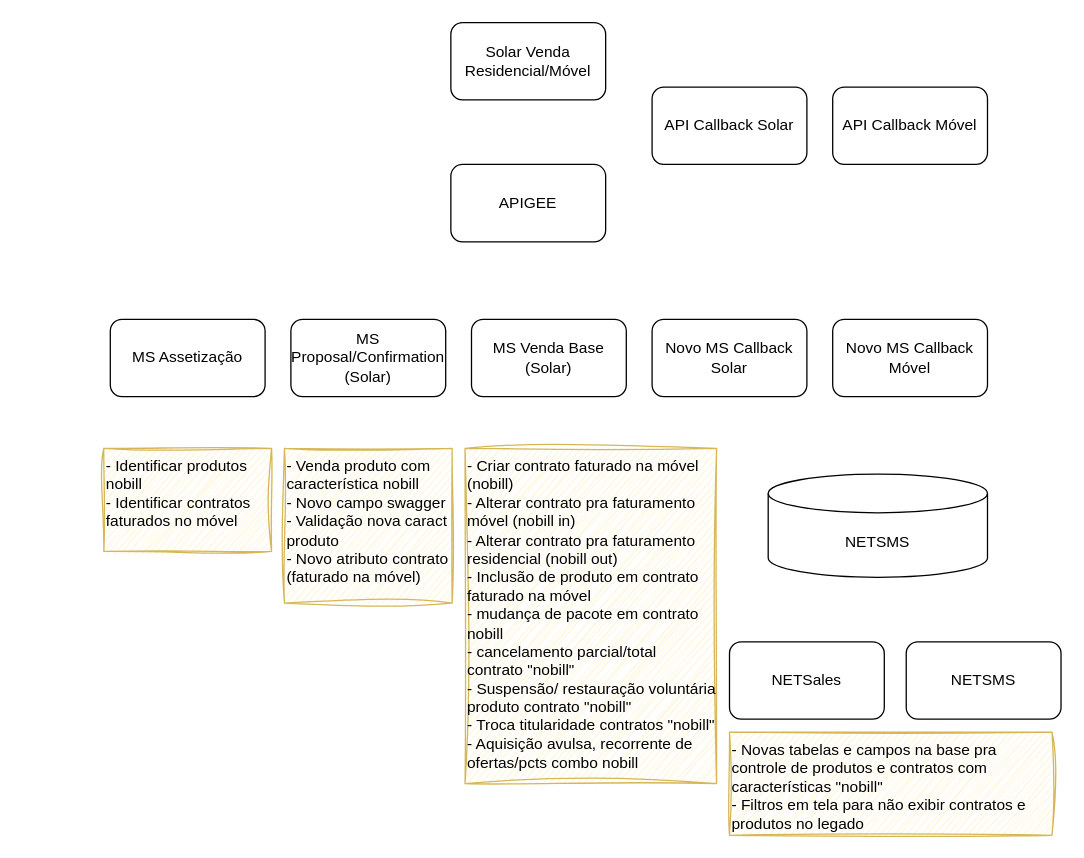
This is Billing Convergente Residencial.drawio from samirali/ClaroBrasil, a draw.io file, before an edit. Source tidied: cells renumbered, new cells numbered last; positions are measured from the earlier drawing's top-left corner, leaving out a move shared by most shapes. Both pictures are drawn from the tidied source at 129%, with x=0, y=0 at pixel (103, 22).
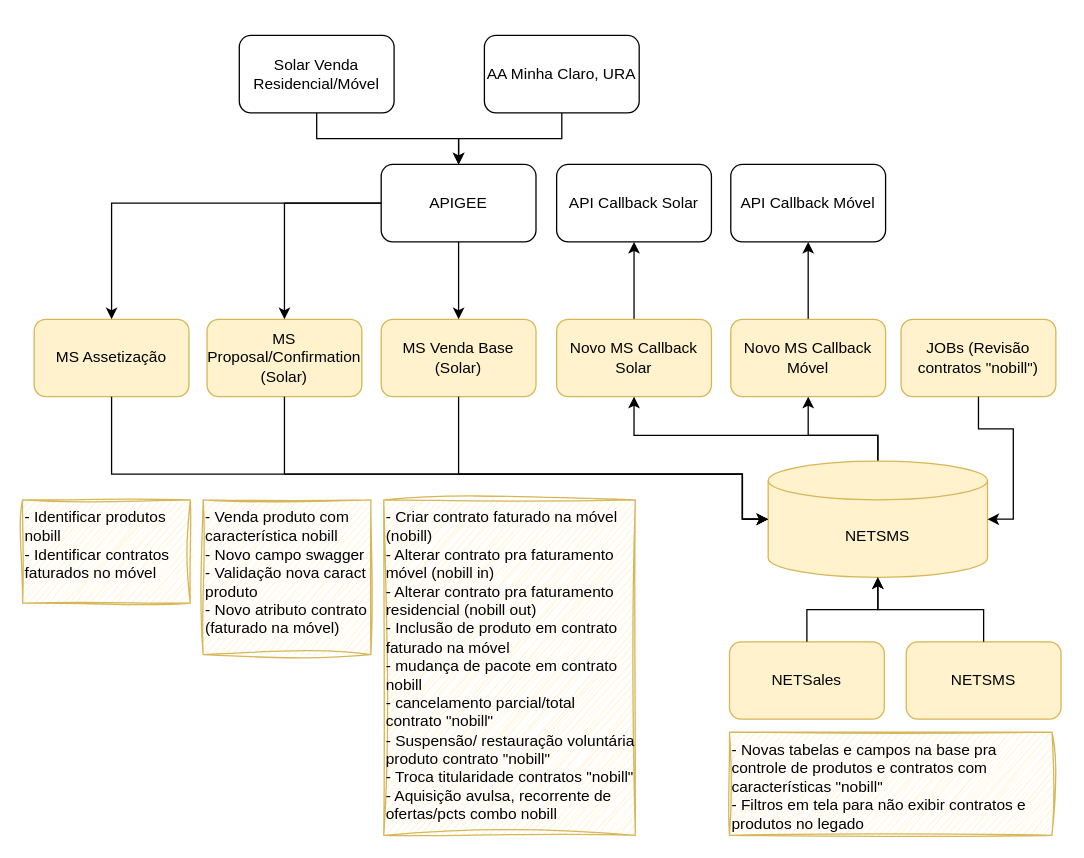
The same diagram, later.

The edit, as a diff of the source:
```diff
@@
-    <mxCell id="2" value="MS Assetização" style="rounded=1;whiteSpace=wrap;html=1;" parent="1" vertex="1">
-      <mxGeometry x="5" y="230" width="120" height="60" as="geometry" />
+    <mxCell id="2" value="MS Assetização" style="rounded=1;whiteSpace=wrap;html=1;fillColor=#fff2cc;strokeColor=#d6b656;" parent="1" vertex="1">
+      <mxGeometry x="-54" y="230" width="120" height="60" as="geometry" />
     </mxCell>
-    <mxCell id="3" value="MS Proposal/Confirmation (Solar)" style="rounded=1;whiteSpace=wrap;html=1;" parent="1" vertex="1">
-      <mxGeometry x="145" y="230" width="120" height="60" as="geometry" />
+    <mxCell id="3" value="MS Proposal/Confirmation (Solar)" style="rounded=1;whiteSpace=wrap;html=1;fillColor=#fff2cc;strokeColor=#d6b656;" parent="1" vertex="1">
+      <mxGeometry x="80" y="230" width="120" height="60" as="geometry" />
     </mxCell>
-    <mxCell id="4" value="MS Venda Base (Solar)" style="rounded=1;whiteSpace=wrap;html=1;" parent="1" vertex="1">
-      <mxGeometry x="285" y="230" width="120" height="60" as="geometry" />
+    <mxCell id="4" value="MS Venda Base (Solar)" style="rounded=1;whiteSpace=wrap;html=1;fillColor=#fff2cc;strokeColor=#d6b656;" parent="1" vertex="1">
+      <mxGeometry x="215" y="230" width="120" height="60" as="geometry" />
     </mxCell>
+    <mxCell id="18" style="edgeStyle=orthogonalEdgeStyle;rounded=0;jettySize=auto;html=1;entryX=0.5;entryY=1;entryDx=0;entryDy=0;" parent="1" edge="1" source="5" target="9">
+      <mxGeometry relative="1" as="geometry" />
+    </mxCell>
-    <mxCell id="5" value="Novo MS Callback Solar" style="rounded=1;whiteSpace=wrap;html=1;" parent="1" vertex="1">
-      <mxGeometry x="425" y="230" width="120" height="60" as="geometry" />
+    <mxCell id="5" value="Novo MS Callback Solar" style="rounded=1;whiteSpace=wrap;html=1;fillColor=#fff2cc;strokeColor=#d6b656;" parent="1" vertex="1">
+      <mxGeometry x="351" y="230" width="120" height="60" as="geometry" />
     </mxCell>
+    <mxCell id="19" style="edgeStyle=orthogonalEdgeStyle;rounded=0;jettySize=auto;html=1;entryX=0.5;entryY=1;entryDx=0;entryDy=0;" parent="1" edge="1" source="6" target="10">
+      <mxGeometry relative="1" as="geometry" />
+    </mxCell>
-    <mxCell id="6" value="Novo MS Callback Móvel" style="rounded=1;whiteSpace=wrap;html=1;" parent="1" vertex="1">
-      <mxGeometry x="565" y="230" width="120" height="60" as="geometry" />
+    <mxCell id="6" value="Novo MS Callback Móvel" style="rounded=1;whiteSpace=wrap;html=1;fillColor=#fff2cc;strokeColor=#d6b656;" parent="1" vertex="1">
+      <mxGeometry x="486" y="230" width="120" height="60" as="geometry" />
     </mxCell>
+    <mxCell id="20" style="edgeStyle=orthogonalEdgeStyle;rounded=0;jettySize=auto;html=1;" parent="1" edge="1" source="7" target="2">
+      <mxGeometry relative="1" as="geometry" />
+    </mxCell>
+    <mxCell id="21" style="edgeStyle=orthogonalEdgeStyle;rounded=0;jettySize=auto;html=1;" parent="1" edge="1" source="7" target="3">
+      <mxGeometry relative="1" as="geometry" />
+    </mxCell>
+    <mxCell id="22" style="edgeStyle=orthogonalEdgeStyle;rounded=0;jettySize=auto;html=1;" parent="1" edge="1" source="7" target="4">
+      <mxGeometry relative="1" as="geometry" />
+    </mxCell>
     <mxCell id="7" value="APIGEE" style="rounded=1;whiteSpace=wrap;html=1;" parent="1" vertex="1">
-      <mxGeometry x="269" y="110" width="120" height="60" as="geometry" />
+      <mxGeometry x="215" y="110" width="120" height="60" as="geometry" />
     </mxCell>
+    <mxCell id="23" style="edgeStyle=orthogonalEdgeStyle;rounded=0;jettySize=auto;html=1;" parent="1" edge="1" source="8" target="7">
+      <mxGeometry relative="1" as="geometry" />
+    </mxCell>
     <mxCell id="8" value="Solar Venda Residencial/Móvel" style="rounded=1;whiteSpace=wrap;html=1;" parent="1" vertex="1">
-      <mxGeometry x="269" width="120" height="60" as="geometry" />
+      <mxGeometry x="105" y="10" width="120" height="60" as="geometry" />
     </mxCell>
     <mxCell id="9" value="API Callback Solar" style="rounded=1;whiteSpace=wrap;html=1;" parent="1" vertex="1">
-      <mxGeometry x="425" y="50" width="120" height="60" as="geometry" />
+      <mxGeometry x="351" y="110" width="120" height="60" as="geometry" />
     </mxCell>
     <mxCell id="10" value="API Callback Móvel" style="rounded=1;whiteSpace=wrap;html=1;" parent="1" vertex="1">
-      <mxGeometry x="565" y="50" width="120" height="60" as="geometry" />
+      <mxGeometry x="486" y="110" width="120" height="60" as="geometry" />
     </mxCell>
     <mxCell id="11" value="- Identificar produtos nobill&lt;div&gt;- Identificar contratos faturados no móvel&lt;/div&gt;" style="text;html=1;align=left;verticalAlign=top;whiteSpace=wrap;rounded=0;fillColor=#fff2cc;strokeColor=#d6b656;sketch=1;curveFitting=1;jiggle=2;" parent="1" vertex="1">
-      <mxGeometry y="330" width="130" height="80" as="geometry" />
+      <mxGeometry x="-63" y="370" width="130" height="80" as="geometry" />
     </mxCell>
     <mxCell id="12" value="- Venda produto com característica nobill&lt;div&gt;- Novo campo swagger&lt;/div&gt;&lt;div&gt;- Validação nova caract produto&lt;/div&gt;&lt;div&gt;- Novo atributo contrato (faturado na móvel)&lt;/div&gt;" style="text;html=1;align=left;verticalAlign=top;whiteSpace=wrap;rounded=0;fillColor=#fff2cc;strokeColor=#d6b656;sketch=1;curveFitting=1;jiggle=2;" parent="1" vertex="1">
-      <mxGeometry x="140" y="330" width="130" height="120" as="geometry" />
+      <mxGeometry x="77" y="370" width="130" height="120" as="geometry" />
     </mxCell>
     <mxCell id="13" value="- Criar contrato faturado na móvel (nobill)&lt;div&gt;- Alterar contrato pra faturamento móvel (nobill in)&lt;/div&gt;&lt;div&gt;- Alterar contrato pra faturamento residencial (nobill out)&lt;/div&gt;&lt;div&gt;- Inclusão de produto em contrato faturado na móvel&lt;/div&gt;&lt;div&gt;- mudança de pacote em contrato nobill&lt;/div&gt;&lt;div&gt;- cancelamento parcial/total contrato &quot;nobill&quot;&lt;/div&gt;&lt;div&gt;- Suspensão/ restauração voluntária produto contrato &quot;nobill&quot;&lt;/div&gt;&lt;div&gt;- Troca titularidade contratos &quot;nobill&quot;&lt;/div&gt;&lt;div&gt;- Aquisição avulsa, recorrente de ofertas/pcts combo nobill&lt;/div&gt;" style="text;html=1;align=left;verticalAlign=top;whiteSpace=wrap;rounded=0;fillColor=#fff2cc;strokeColor=#d6b656;sketch=1;curveFitting=1;jiggle=2;" parent="1" vertex="1">
-      <mxGeometry x="280" y="330" width="195" height="260" as="geometry" />
+      <mxGeometry x="217" y="370" width="195" height="260" as="geometry" />
     </mxCell>
+    <mxCell id="24" style="edgeStyle=orthogonalEdgeStyle;rounded=0;jettySize=auto;html=1;entryX=0.5;entryY=1;entryDx=0;entryDy=0;" parent="1" edge="1" source="14" target="6">
+      <mxGeometry relative="1" as="geometry">
+        <Array as="points">
+          <mxPoint x="600" y="320" />
+          <mxPoint x="546" y="320" />
+        </Array>
+      </mxGeometry>
+    </mxCell>
+    <mxCell id="25" style="edgeStyle=orthogonalEdgeStyle;rounded=0;jettySize=auto;html=1;entryX=0.5;entryY=1;entryDx=0;entryDy=0;" parent="1" edge="1" source="14" target="5">
+      <mxGeometry relative="1" as="geometry">
+        <Array as="points">
+          <mxPoint x="600" y="320" />
+          <mxPoint x="411" y="320" />
+        </Array>
+      </mxGeometry>
+    </mxCell>
-    <mxCell id="14" value="NETSMS" style="shape=cylinder3;whiteSpace=wrap;html=1;boundedLbl=1;backgroundOutline=1;size=15;" parent="1" vertex="1">
-      <mxGeometry x="515" y="350" width="170" height="80" as="geometry" />
+    <mxCell id="14" value="NETSMS" style="shape=cylinder3;whiteSpace=wrap;html=1;boundedLbl=1;backgroundOutline=1;size=15;fillColor=#fff2cc;strokeColor=#d6b656;" parent="1" vertex="1">
+      <mxGeometry x="515" y="340" width="170" height="90" as="geometry" />
     </mxCell>
-    <mxCell id="15" value="NETSales" style="rounded=1;whiteSpace=wrap;html=1;" parent="1" vertex="1">
+    <mxCell id="15" value="NETSales" style="rounded=1;whiteSpace=wrap;html=1;fillColor=#fff2cc;strokeColor=#d6b656;" parent="1" vertex="1">
       <mxGeometry x="485" y="480" width="120" height="60" as="geometry" />
     </mxCell>
-    <mxCell id="16" value="NETSMS" style="rounded=1;whiteSpace=wrap;html=1;" parent="1" vertex="1">
+    <mxCell id="16" value="NETSMS" style="rounded=1;whiteSpace=wrap;html=1;fillColor=#fff2cc;strokeColor=#d6b656;" parent="1" vertex="1">
       <mxGeometry x="622" y="480" width="120" height="60" as="geometry" />
     </mxCell>
@@
+    <mxCell id="26" style="edgeStyle=orthogonalEdgeStyle;rounded=0;jettySize=auto;html=1;entryX=0;entryY=0.5;entryDx=0;entryDy=0;entryPerimeter=0;exitX=0.5;exitY=1;exitDx=0;exitDy=0;" parent="1" edge="1" source="4" target="14">
+      <mxGeometry relative="1" as="geometry">
+        <Array as="points">
+          <mxPoint x="275" y="350" />
+          <mxPoint x="495" y="350" />
+          <mxPoint x="495" y="385" />
+        </Array>
+      </mxGeometry>
+    </mxCell>
+    <mxCell id="27" style="edgeStyle=orthogonalEdgeStyle;rounded=0;jettySize=auto;html=1;entryX=0;entryY=0.5;entryDx=0;entryDy=0;entryPerimeter=0;exitX=0.5;exitY=1;exitDx=0;exitDy=0;" parent="1" edge="1" source="3" target="14">
+      <mxGeometry relative="1" as="geometry">
+        <Array as="points">
+          <mxPoint x="140" y="350" />
+          <mxPoint x="495" y="350" />
+          <mxPoint x="495" y="385" />
+        </Array>
+      </mxGeometry>
+    </mxCell>
+    <mxCell id="28" style="edgeStyle=orthogonalEdgeStyle;rounded=0;jettySize=auto;html=1;entryX=0;entryY=0.5;entryDx=0;entryDy=0;entryPerimeter=0;exitX=0.5;exitY=1;exitDx=0;exitDy=0;" parent="1" edge="1" source="2" target="14">
+      <mxGeometry relative="1" as="geometry">
+        <Array as="points">
+          <mxPoint x="6" y="350" />
+          <mxPoint x="495" y="350" />
+          <mxPoint x="495" y="385" />
+        </Array>
+      </mxGeometry>
+    </mxCell>
+    <mxCell id="29" style="edgeStyle=orthogonalEdgeStyle;rounded=0;jettySize=auto;html=1;entryX=0.5;entryY=1;entryDx=0;entryDy=0;entryPerimeter=0;" parent="1" edge="1" source="15" target="14">
+      <mxGeometry relative="1" as="geometry" />
+    </mxCell>
+    <mxCell id="30" style="edgeStyle=orthogonalEdgeStyle;rounded=0;jettySize=auto;html=1;entryX=0.5;entryY=1;entryDx=0;entryDy=0;entryPerimeter=0;" parent="1" edge="1" source="16" target="14">
+      <mxGeometry relative="1" as="geometry" />
+    </mxCell>
+    <mxCell id="31" style="edgeStyle=orthogonalEdgeStyle;rounded=0;jettySize=auto;html=1;entryX=0.5;entryY=0;entryDx=0;entryDy=0;" parent="1" edge="1" source="32" target="7">
+      <mxGeometry relative="1" as="geometry">
+        <Array as="points">
+          <mxPoint x="355" y="90" />
+          <mxPoint x="275" y="90" />
+        </Array>
+      </mxGeometry>
+    </mxCell>
+    <mxCell id="32" value="AA Minha Claro, URA" style="rounded=1;whiteSpace=wrap;html=1;" parent="1" vertex="1">
+      <mxGeometry x="295" y="10" width="120" height="60" as="geometry" />
+    </mxCell>
+    <mxCell id="33" value="JOBs (Revisão contratos &quot;nobill&quot;)" style="rounded=1;whiteSpace=wrap;html=1;fillColor=#fff2cc;strokeColor=#d6b656;" parent="1" vertex="1">
+      <mxGeometry x="618" y="230" width="120" height="60" as="geometry" />
+    </mxCell>
+    <mxCell id="34" style="edgeStyle=orthogonalEdgeStyle;rounded=0;jettySize=auto;html=1;entryX=1;entryY=0.5;entryDx=0;entryDy=0;entryPerimeter=0;" parent="1" edge="1" source="33" target="14">
+      <mxGeometry relative="1" as="geometry" />
+    </mxCell>
```
